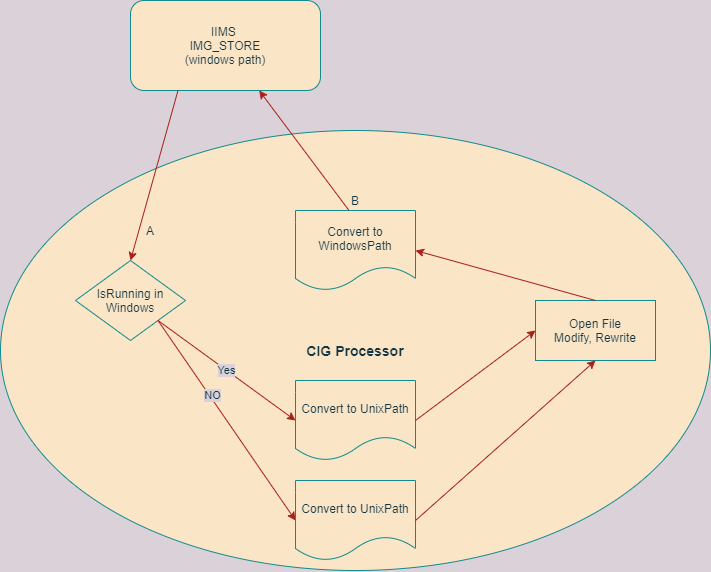
This is docs/iims_store_paths.png from korlakunta-siva/electron-react-boilerplate, a draw.io export, as it was before one commit. Source tidied: cells renumbered, new cells last; positions are measured from the earlier drawing's top-left corner, leaving out a move shared by most shapes. The source it was exported from:
```xml
<mxGraphModel background="#DAD2D8">
  <root>
    <mxCell id="0" />
    <mxCell id="1" parent="0" />
    <mxCell id="2" value="&lt;b&gt;&lt;font style=&quot;font-size: 14px&quot;&gt;CIG Processor&lt;/font&gt;&lt;/b&gt;" style="ellipse;whiteSpace=wrap;html=1;fillColor=#FAE5C7;strokeColor=#0F8B8D;fontColor=#143642;" parent="1" vertex="1">
      <mxGeometry y="130" width="710" height="440" as="geometry" />
    </mxCell>
    <mxCell id="3" value="IIMS&amp;nbsp;&lt;br&gt;IMG_STORE&lt;br&gt;(windows path)" style="rounded=1;whiteSpace=wrap;html=1;fillColor=#FAE5C7;strokeColor=#0F8B8D;fontColor=#143642;" parent="1" vertex="1">
      <mxGeometry x="130" width="190" height="90" as="geometry" />
    </mxCell>
    <mxCell id="4" style="endArrow=classic;html=1;exitX=0.25;exitY=1;exitDx=0;exitDy=0;entryX=0.5;entryY=0;entryDx=0;entryDy=0;labelBackgroundColor=#DAD2D8;strokeColor=#A8201A;fontColor=#143642;" parent="1" edge="1" source="3" target="6">
      <mxGeometry relative="1" as="geometry" />
    </mxCell>
    <mxCell id="5" value="A" style="text;html=1;strokeColor=none;fillColor=none;align=center;verticalAlign=middle;whiteSpace=wrap;rounded=0;fontColor=#143642;" parent="1" vertex="1">
      <mxGeometry x="130" y="220" width="40" height="20" as="geometry" />
    </mxCell>
    <mxCell id="6" value="IsRunning in Windows" style="rhombus;whiteSpace=wrap;html=1;fillColor=#FAE5C7;strokeColor=#0F8B8D;fontColor=#143642;" parent="1" vertex="1">
      <mxGeometry x="75" y="260" width="110" height="80" as="geometry" />
    </mxCell>
    <mxCell id="7" style="endArrow=classic;html=1;entryX=0;entryY=0.5;entryDx=0;entryDy=0;exitX=1;exitY=1;exitDx=0;exitDy=0;labelBackgroundColor=#DAD2D8;strokeColor=#A8201A;fontColor=#143642;" parent="1" edge="1" source="6" target="10">
      <mxGeometry relative="1" as="geometry" />
    </mxCell>
    <mxCell id="8" value="NO" style="edgeLabel;html=1;align=center;verticalAlign=middle;labelBackgroundColor=#DAD2D8;fontColor=#143642;" parent="7" vertex="1">
      <mxGeometry x="-0.24" y="2" relative="1" as="geometry" />
    </mxCell>
    <mxCell id="9" value="Yes" style="endArrow=classic;html=1;exitX=1;exitY=1;exitDx=0;exitDy=0;entryX=0;entryY=0.5;entryDx=0;entryDy=0;labelBackgroundColor=#DAD2D8;strokeColor=#A8201A;fontColor=#143642;" parent="1" edge="1" source="6" target="16">
      <mxGeometry relative="1" as="geometry" />
    </mxCell>
    <mxCell id="10" value="Convert to UnixPath" style="shape=document;whiteSpace=wrap;html=1;boundedLbl=1;fillColor=#FAE5C7;strokeColor=#0F8B8D;fontColor=#143642;" parent="1" vertex="1">
      <mxGeometry x="295" y="480" width="120" height="80" as="geometry" />
    </mxCell>
    <mxCell id="11" value="Open File&lt;br&gt;Modify, Rewrite" style="rounded=0;whiteSpace=wrap;html=1;fillColor=#FAE5C7;strokeColor=#0F8B8D;fontColor=#143642;" parent="1" vertex="1">
      <mxGeometry x="535" y="300" width="120" height="60" as="geometry" />
    </mxCell>
    <mxCell id="12" value="Convert to&lt;br&gt;WindowsPath" style="shape=document;whiteSpace=wrap;html=1;boundedLbl=1;fillColor=#FAE5C7;strokeColor=#0F8B8D;fontColor=#143642;" parent="1" vertex="1">
      <mxGeometry x="295" y="210" width="120" height="80" as="geometry" />
    </mxCell>
    <mxCell id="13" style="endArrow=classic;html=1;exitX=1;exitY=0.5;exitDx=0;exitDy=0;entryX=0.5;entryY=1;entryDx=0;entryDy=0;labelBackgroundColor=#DAD2D8;strokeColor=#A8201A;fontColor=#143642;" parent="1" edge="1" source="10" target="11">
      <mxGeometry relative="1" as="geometry" />
    </mxCell>
    <mxCell id="14" style="endArrow=classic;html=1;exitX=0.5;exitY=0;exitDx=0;exitDy=0;entryX=1;entryY=0.5;entryDx=0;entryDy=0;labelBackgroundColor=#DAD2D8;strokeColor=#A8201A;fontColor=#143642;" parent="1" edge="1" source="11" target="12">
      <mxGeometry relative="1" as="geometry" />
    </mxCell>
    <mxCell id="15" style="endArrow=classic;html=1;exitX=0.444;exitY=-0.004;exitDx=0;exitDy=0;exitPerimeter=0;labelBackgroundColor=#DAD2D8;strokeColor=#A8201A;fontColor=#143642;" parent="1" edge="1" source="12" target="3">
      <mxGeometry relative="1" as="geometry" />
    </mxCell>
    <mxCell id="16" value="Convert to UnixPath" style="shape=document;whiteSpace=wrap;html=1;boundedLbl=1;fillColor=#FAE5C7;strokeColor=#0F8B8D;fontColor=#143642;" parent="1" vertex="1">
      <mxGeometry x="295" y="380" width="120" height="80" as="geometry" />
    </mxCell>
    <mxCell id="17" style="endArrow=classic;html=1;exitX=1;exitY=0.5;exitDx=0;exitDy=0;entryX=0;entryY=0.5;entryDx=0;entryDy=0;labelBackgroundColor=#DAD2D8;strokeColor=#A8201A;fontColor=#143642;" parent="1" edge="1" source="16" target="11">
      <mxGeometry relative="1" as="geometry" />
    </mxCell>
    <mxCell id="18" value="B" style="text;html=1;strokeColor=none;fillColor=none;align=center;verticalAlign=middle;whiteSpace=wrap;rounded=0;fontColor=#143642;" parent="1" vertex="1">
      <mxGeometry x="335" y="190" width="40" height="20" as="geometry" />
    </mxCell>
  </root>
</mxGraphModel>
```
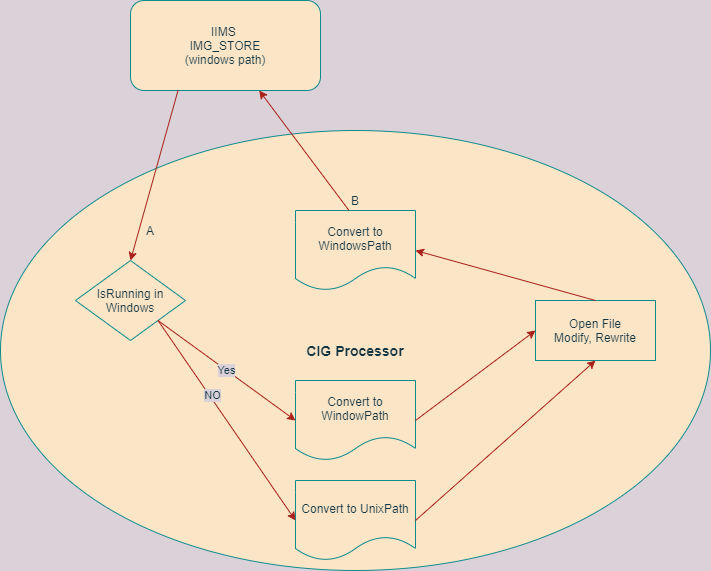
The same file after the commit.

What changed in the source:
```diff
@@ -44,7 +44,7 @@
     <mxCell id="15" style="endArrow=classic;html=1;exitX=0.444;exitY=-0.004;exitDx=0;exitDy=0;exitPerimeter=0;labelBackgroundColor=#DAD2D8;strokeColor=#A8201A;fontColor=#143642;" parent="1" edge="1" source="12" target="3">
       <mxGeometry relative="1" as="geometry" />
     </mxCell>
-    <mxCell id="16" value="Convert to UnixPath" style="shape=document;whiteSpace=wrap;html=1;boundedLbl=1;fillColor=#FAE5C7;strokeColor=#0F8B8D;fontColor=#143642;" parent="1" vertex="1">
+    <mxCell id="16" value="Convert to WindowPath" style="shape=document;whiteSpace=wrap;html=1;boundedLbl=1;fillColor=#FAE5C7;strokeColor=#0F8B8D;fontColor=#143642;" parent="1" vertex="1">
       <mxGeometry x="295" y="380" width="120" height="80" as="geometry" />
     </mxCell>
     <mxCell id="17" style="endArrow=classic;html=1;exitX=1;exitY=0.5;exitDx=0;exitDy=0;entryX=0;entryY=0.5;entryDx=0;entryDy=0;labelBackgroundColor=#DAD2D8;strokeColor=#A8201A;fontColor=#143642;" parent="1" edge="1" source="16" target="11">
```
